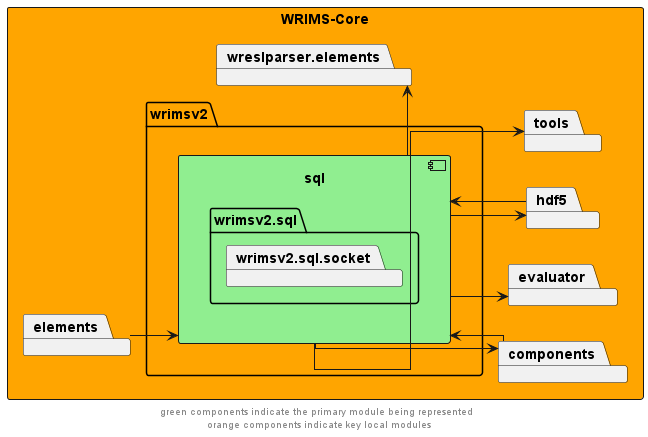
Above: docs/diagrams/wrims-core/wrims-core_sql.png in CentralValleyModeling/wrims (PlantUML), before the change.
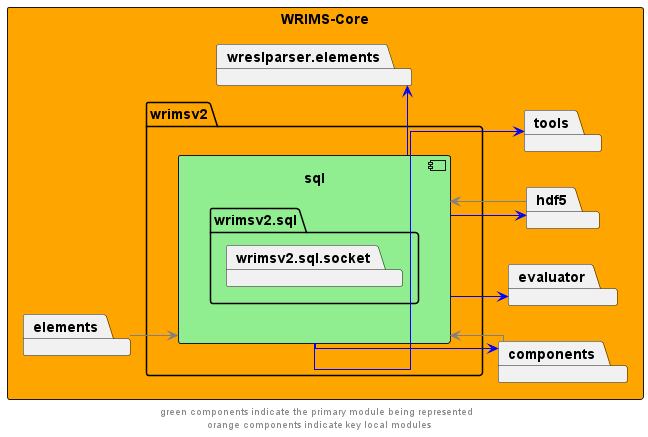
Above is the later version.

Diff of the diagram source:
```diff
@@ -21,16 +21,16 @@
         package elements
 }
 
-sql -->  components
-components --> sql
+sql -->  components #blue
+components --> sql #grey
 
-sql -->  evaluator
-sql --> hdf5
-sql --> tools
-sql -r->  wreslparser.elements
+sql -->  evaluator #blue
+sql --> hdf5 #blue
+sql --> tools #blue
+sql -r->  wreslparser.elements #blue
 
-elements --> sql
-hdf5 --> sql
+elements --> sql #grey
+hdf5 --> sql #grey
 
 
 footer "green components indicate the primary module being represented \n orange components indicate key local modules"
```
